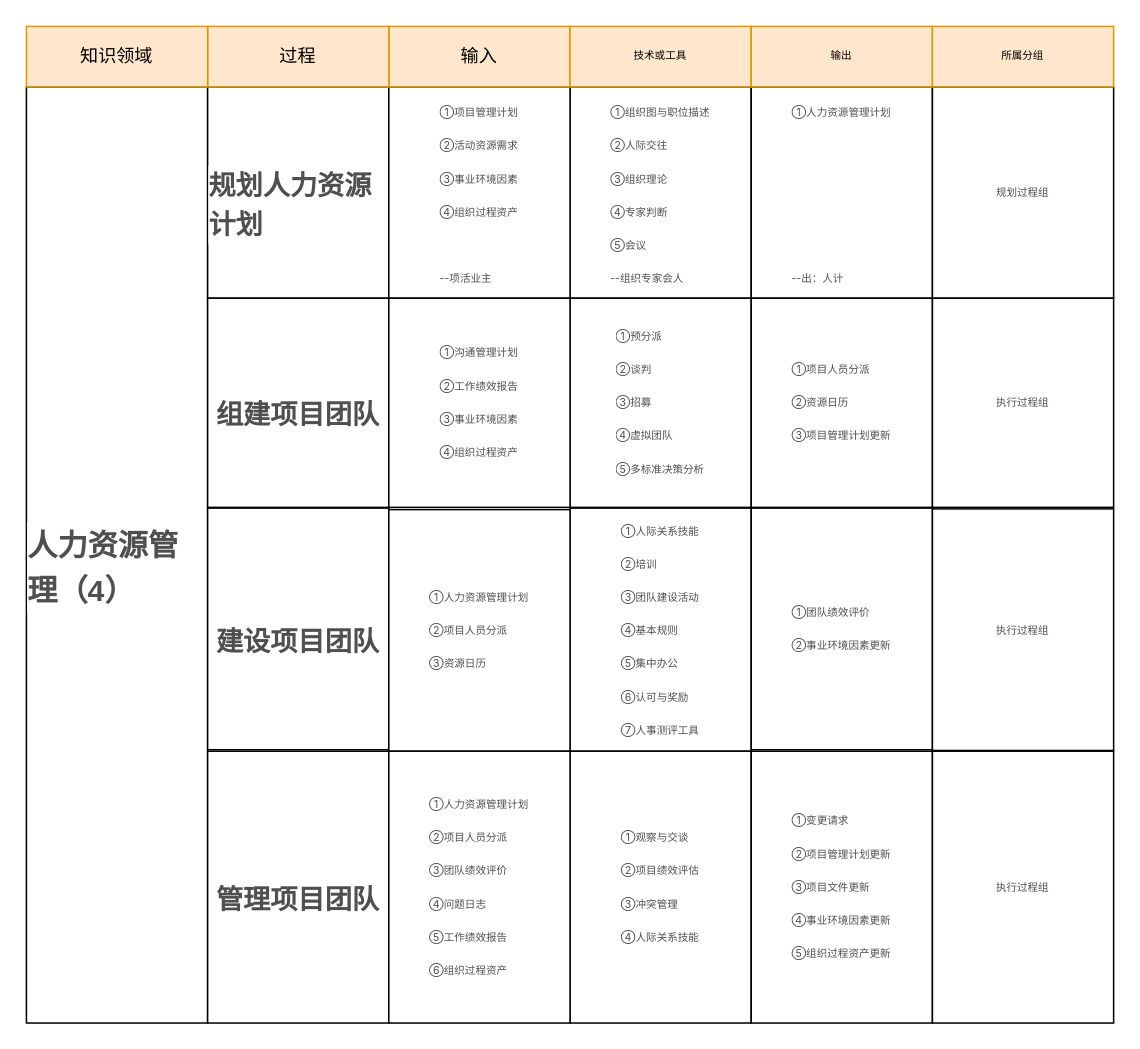
Before: 人力资源管理.drawio in pbm0802/GitIDEATest, a draw.io diagram. Source tidied: cells renumbered, new cells numbered last; positions are measured from the earlier drawing's top-left corner, leaving out a move shared by most shapes. Both pictures are drawn from the tidied source at 151%, with x=0, y=0 at pixel (26, 26).
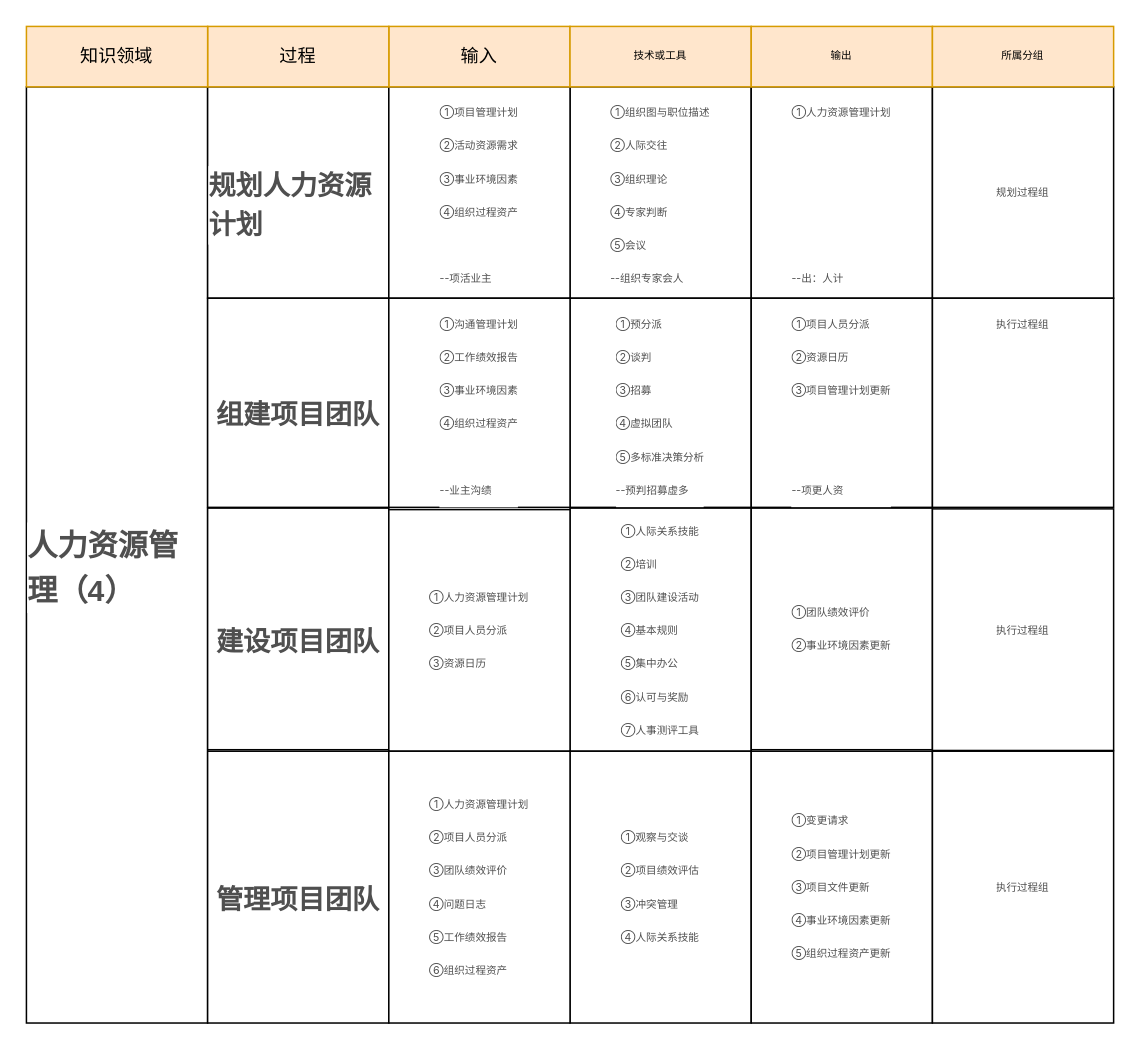
The same page after the edit.

Commit message (it also covers changes not shown here):
更新人力资源管理.drawio

What changed in the source:
```diff
@@
-    <mxCell id="10" value="&lt;p style=&quot;box-sizing: border-box; outline: 0px; margin: 0px; padding: 0px; font-size: 7px; color: rgb(79, 79, 79); overflow: auto hidden; line-height: 22px; overflow-wrap: break-word; text-align: left; font-family: -apple-system, &amp;quot;SF UI Text&amp;quot;, Arial, &amp;quot;PingFang SC&amp;quot;, &amp;quot;Hiragino Sans GB&amp;quot;, &amp;quot;Microsoft YaHei&amp;quot;, &amp;quot;WenQuanYi Micro Hei&amp;quot;, sans-serif, SimHei, SimSun; background-color: rgb(255, 255, 255);&quot;&gt;①预分派&lt;/p&gt;&lt;p style=&quot;box-sizing: border-box; outline: 0px; margin: 0px; padding: 0px; font-size: 7px; color: rgb(79, 79, 79); overflow: auto hidden; line-height: 22px; overflow-wrap: break-word; text-align: left; font-family: -apple-system, &amp;quot;SF UI Text&amp;quot;, Arial, &amp;quot;PingFang SC&amp;quot;, &amp;quot;Hiragino Sans GB&amp;quot;, &amp;quot;Microsoft YaHei&amp;quot;, &amp;quot;WenQuanYi Micro Hei&amp;quot;, sans-serif, SimHei, SimSun; background-color: rgb(255, 255, 255);&quot;&gt;②谈判&lt;/p&gt;&lt;p style=&quot;box-sizing: border-box; outline: 0px; margin: 0px; padding: 0px; font-size: 7px; color: rgb(79, 79, 79); overflow: auto hidden; line-height: 22px; overflow-wrap: break-word; text-align: left; font-family: -apple-system, &amp;quot;SF UI Text&amp;quot;, Arial, &amp;quot;PingFang SC&amp;quot;, &amp;quot;Hiragino Sans GB&amp;quot;, &amp;quot;Microsoft YaHei&amp;quot;, &amp;quot;WenQuanYi Micro Hei&amp;quot;, sans-serif, SimHei, SimSun; background-color: rgb(255, 255, 255);&quot;&gt;③招募&lt;/p&gt;&lt;p style=&quot;box-sizing: border-box; outline: 0px; margin: 0px; padding: 0px; font-size: 7px; color: rgb(79, 79, 79); overflow: auto hidden; line-height: 22px; overflow-wrap: break-word; text-align: left; font-family: -apple-system, &amp;quot;SF UI Text&amp;quot;, Arial, &amp;quot;PingFang SC&amp;quot;, &amp;quot;Hiragino Sans GB&amp;quot;, &amp;quot;Microsoft YaHei&amp;quot;, &amp;quot;WenQuanYi Micro Hei&amp;quot;, sans-serif, SimHei, SimSun; background-color: rgb(255, 255, 255);&quot;&gt;④虚拟团队&lt;/p&gt;&lt;p style=&quot;box-sizing: border-box; outline: 0px; margin: 0px; padding: 0px; font-size: 7px; color: rgb(79, 79, 79); overflow: auto hidden; line-height: 22px; overflow-wrap: break-word; text-align: left; font-family: -apple-system, &amp;quot;SF UI Text&amp;quot;, Arial, &amp;quot;PingFang SC&amp;quot;, &amp;quot;Hiragino Sans GB&amp;quot;, &amp;quot;Microsoft YaHei&amp;quot;, &amp;quot;WenQuanYi Micro Hei&amp;quot;, sans-serif, SimHei, SimSun; background-color: rgb(255, 255, 255);&quot;&gt;⑤多标准决策分析&lt;/p&gt;" style="rounded=0;whiteSpace=wrap;html=1;fontSize=7;" parent="1" vertex="1">
+    <mxCell id="10" value="&lt;p style=&quot;box-sizing: border-box; outline: 0px; margin: 0px; padding: 0px; font-size: 7px; color: rgb(79, 79, 79); overflow: auto hidden; line-height: 22px; overflow-wrap: break-word; text-align: left; font-family: -apple-system, &amp;quot;SF UI Text&amp;quot;, Arial, &amp;quot;PingFang SC&amp;quot;, &amp;quot;Hiragino Sans GB&amp;quot;, &amp;quot;Microsoft YaHei&amp;quot;, &amp;quot;WenQuanYi Micro Hei&amp;quot;, sans-serif, SimHei, SimSun; background-color: rgb(255, 255, 255);&quot;&gt;①预分派&lt;/p&gt;&lt;p style=&quot;box-sizing: border-box; outline: 0px; margin: 0px; padding: 0px; font-size: 7px; color: rgb(79, 79, 79); overflow: auto hidden; line-height: 22px; overflow-wrap: break-word; text-align: left; font-family: -apple-system, &amp;quot;SF UI Text&amp;quot;, Arial, &amp;quot;PingFang SC&amp;quot;, &amp;quot;Hiragino Sans GB&amp;quot;, &amp;quot;Microsoft YaHei&amp;quot;, &amp;quot;WenQuanYi Micro Hei&amp;quot;, sans-serif, SimHei, SimSun; background-color: rgb(255, 255, 255);&quot;&gt;②谈判&lt;/p&gt;&lt;p style=&quot;box-sizing: border-box; outline: 0px; margin: 0px; padding: 0px; font-size: 7px; color: rgb(79, 79, 79); overflow: auto hidden; line-height: 22px; overflow-wrap: break-word; text-align: left; font-family: -apple-system, &amp;quot;SF UI Text&amp;quot;, Arial, &amp;quot;PingFang SC&amp;quot;, &amp;quot;Hiragino Sans GB&amp;quot;, &amp;quot;Microsoft YaHei&amp;quot;, &amp;quot;WenQuanYi Micro Hei&amp;quot;, sans-serif, SimHei, SimSun; background-color: rgb(255, 255, 255);&quot;&gt;③招募&lt;/p&gt;&lt;p style=&quot;box-sizing: border-box; outline: 0px; margin: 0px; padding: 0px; font-size: 7px; color: rgb(79, 79, 79); overflow: auto hidden; line-height: 22px; overflow-wrap: break-word; text-align: left; font-family: -apple-system, &amp;quot;SF UI Text&amp;quot;, Arial, &amp;quot;PingFang SC&amp;quot;, &amp;quot;Hiragino Sans GB&amp;quot;, &amp;quot;Microsoft YaHei&amp;quot;, &amp;quot;WenQuanYi Micro Hei&amp;quot;, sans-serif, SimHei, SimSun; background-color: rgb(255, 255, 255);&quot;&gt;④虚拟团队&lt;/p&gt;&lt;p style=&quot;box-sizing: border-box; outline: 0px; margin: 0px; padding: 0px; font-size: 7px; color: rgb(79, 79, 79); overflow: auto hidden; line-height: 22px; overflow-wrap: break-word; text-align: left; font-family: -apple-system, &amp;quot;SF UI Text&amp;quot;, Arial, &amp;quot;PingFang SC&amp;quot;, &amp;quot;Hiragino Sans GB&amp;quot;, &amp;quot;Microsoft YaHei&amp;quot;, &amp;quot;WenQuanYi Micro Hei&amp;quot;, sans-serif, SimHei, SimSun; background-color: rgb(255, 255, 255);&quot;&gt;⑤多标准决策分析&lt;/p&gt;&lt;p style=&quot;box-sizing: border-box; outline: 0px; margin: 0px; padding: 0px; font-size: 7px; color: rgb(79, 79, 79); overflow: auto hidden; line-height: 22px; overflow-wrap: break-word; text-align: left; font-family: -apple-system, &amp;quot;SF UI Text&amp;quot;, Arial, &amp;quot;PingFang SC&amp;quot;, &amp;quot;Hiragino Sans GB&amp;quot;, &amp;quot;Microsoft YaHei&amp;quot;, &amp;quot;WenQuanYi Micro Hei&amp;quot;, sans-serif, SimHei, SimSun; background-color: rgb(255, 255, 255);&quot;&gt;--预判招募虚多&lt;/p&gt;" style="rounded=0;whiteSpace=wrap;html=1;fontSize=7;verticalAlign=top;" parent="1" vertex="1">
       <mxGeometry x="360" y="180" width="120" height="138.5" as="geometry" />
     </mxCell>
-    <mxCell id="11" value="&lt;p style=&quot;box-sizing: border-box; outline: 0px; margin: 0px; padding: 0px; font-size: 7px; color: rgb(79, 79, 79); overflow: auto hidden; line-height: 22px; overflow-wrap: break-word; text-align: left; font-family: -apple-system, &amp;quot;SF UI Text&amp;quot;, Arial, &amp;quot;PingFang SC&amp;quot;, &amp;quot;Hiragino Sans GB&amp;quot;, &amp;quot;Microsoft YaHei&amp;quot;, &amp;quot;WenQuanYi Micro Hei&amp;quot;, sans-serif, SimHei, SimSun; background-color: rgb(255, 255, 255);&quot;&gt;①项目人员分派&lt;/p&gt;&lt;p style=&quot;box-sizing: border-box; outline: 0px; margin: 0px; padding: 0px; font-size: 7px; color: rgb(79, 79, 79); overflow: auto hidden; line-height: 22px; overflow-wrap: break-word; text-align: left; font-family: -apple-system, &amp;quot;SF UI Text&amp;quot;, Arial, &amp;quot;PingFang SC&amp;quot;, &amp;quot;Hiragino Sans GB&amp;quot;, &amp;quot;Microsoft YaHei&amp;quot;, &amp;quot;WenQuanYi Micro Hei&amp;quot;, sans-serif, SimHei, SimSun; background-color: rgb(255, 255, 255);&quot;&gt;②资源日历&lt;/p&gt;&lt;p style=&quot;box-sizing: border-box; outline: 0px; margin: 0px; padding: 0px; font-size: 7px; color: rgb(79, 79, 79); overflow: auto hidden; line-height: 22px; overflow-wrap: break-word; text-align: left; font-family: -apple-system, &amp;quot;SF UI Text&amp;quot;, Arial, &amp;quot;PingFang SC&amp;quot;, &amp;quot;Hiragino Sans GB&amp;quot;, &amp;quot;Microsoft YaHei&amp;quot;, &amp;quot;WenQuanYi Micro Hei&amp;quot;, sans-serif, SimHei, SimSun; background-color: rgb(255, 255, 255);&quot;&gt;③项目管理计划更新&lt;/p&gt;" style="rounded=0;whiteSpace=wrap;html=1;fontSize=7;" parent="1" vertex="1">
+    <mxCell id="11" value="&lt;p style=&quot;box-sizing: border-box; outline: 0px; margin: 0px; padding: 0px; font-size: 7px; color: rgb(79, 79, 79); overflow: auto hidden; line-height: 22px; overflow-wrap: break-word; text-align: left; font-family: -apple-system, &amp;quot;SF UI Text&amp;quot;, Arial, &amp;quot;PingFang SC&amp;quot;, &amp;quot;Hiragino Sans GB&amp;quot;, &amp;quot;Microsoft YaHei&amp;quot;, &amp;quot;WenQuanYi Micro Hei&amp;quot;, sans-serif, SimHei, SimSun; background-color: rgb(255, 255, 255);&quot;&gt;①项目人员分派&lt;/p&gt;&lt;p style=&quot;box-sizing: border-box; outline: 0px; margin: 0px; padding: 0px; font-size: 7px; color: rgb(79, 79, 79); overflow: auto hidden; line-height: 22px; overflow-wrap: break-word; text-align: left; font-family: -apple-system, &amp;quot;SF UI Text&amp;quot;, Arial, &amp;quot;PingFang SC&amp;quot;, &amp;quot;Hiragino Sans GB&amp;quot;, &amp;quot;Microsoft YaHei&amp;quot;, &amp;quot;WenQuanYi Micro Hei&amp;quot;, sans-serif, SimHei, SimSun; background-color: rgb(255, 255, 255);&quot;&gt;②资源日历&lt;/p&gt;&lt;p style=&quot;box-sizing: border-box; outline: 0px; margin: 0px; padding: 0px; font-size: 7px; color: rgb(79, 79, 79); overflow: auto hidden; line-height: 22px; overflow-wrap: break-word; text-align: left; font-family: -apple-system, &amp;quot;SF UI Text&amp;quot;, Arial, &amp;quot;PingFang SC&amp;quot;, &amp;quot;Hiragino Sans GB&amp;quot;, &amp;quot;Microsoft YaHei&amp;quot;, &amp;quot;WenQuanYi Micro Hei&amp;quot;, sans-serif, SimHei, SimSun; background-color: rgb(255, 255, 255);&quot;&gt;③项目管理计划更新&lt;/p&gt;&lt;p style=&quot;box-sizing: border-box; outline: 0px; margin: 0px; padding: 0px; font-size: 7px; color: rgb(79, 79, 79); overflow: auto hidden; line-height: 22px; overflow-wrap: break-word; text-align: left; font-family: -apple-system, &amp;quot;SF UI Text&amp;quot;, Arial, &amp;quot;PingFang SC&amp;quot;, &amp;quot;Hiragino Sans GB&amp;quot;, &amp;quot;Microsoft YaHei&amp;quot;, &amp;quot;WenQuanYi Micro Hei&amp;quot;, sans-serif, SimHei, SimSun; background-color: rgb(255, 255, 255);&quot;&gt;&lt;br&gt;&lt;/p&gt;&lt;p style=&quot;box-sizing: border-box; outline: 0px; margin: 0px; padding: 0px; font-size: 7px; color: rgb(79, 79, 79); overflow: auto hidden; line-height: 22px; overflow-wrap: break-word; text-align: left; font-family: -apple-system, &amp;quot;SF UI Text&amp;quot;, Arial, &amp;quot;PingFang SC&amp;quot;, &amp;quot;Hiragino Sans GB&amp;quot;, &amp;quot;Microsoft YaHei&amp;quot;, &amp;quot;WenQuanYi Micro Hei&amp;quot;, sans-serif, SimHei, SimSun; background-color: rgb(255, 255, 255);&quot;&gt;&lt;br&gt;&lt;/p&gt;&lt;p style=&quot;box-sizing: border-box; outline: 0px; margin: 0px; padding: 0px; font-size: 7px; color: rgb(79, 79, 79); overflow: auto hidden; line-height: 22px; overflow-wrap: break-word; text-align: left; font-family: -apple-system, &amp;quot;SF UI Text&amp;quot;, Arial, &amp;quot;PingFang SC&amp;quot;, &amp;quot;Hiragino Sans GB&amp;quot;, &amp;quot;Microsoft YaHei&amp;quot;, &amp;quot;WenQuanYi Micro Hei&amp;quot;, sans-serif, SimHei, SimSun; background-color: rgb(255, 255, 255);&quot;&gt;--项更人资&lt;/p&gt;" style="rounded=0;whiteSpace=wrap;html=1;fontSize=7;verticalAlign=top;" parent="1" vertex="1">
       <mxGeometry x="480" y="180" width="120" height="138.5" as="geometry" />
     </mxCell>
-    <mxCell id="12" value="&lt;p style=&quot;box-sizing: border-box; outline: 0px; margin: 0px; padding: 0px; font-size: 7px; color: rgb(79, 79, 79); overflow: auto hidden; line-height: 22px; overflow-wrap: break-word; text-align: left; font-family: -apple-system, &amp;quot;SF UI Text&amp;quot;, Arial, &amp;quot;PingFang SC&amp;quot;, &amp;quot;Hiragino Sans GB&amp;quot;, &amp;quot;Microsoft YaHei&amp;quot;, &amp;quot;WenQuanYi Micro Hei&amp;quot;, sans-serif, SimHei, SimSun; background-color: rgb(255, 255, 255);&quot;&gt;执行过程组&lt;/p&gt;" style="rounded=0;whiteSpace=wrap;html=1;fontSize=7;" parent="1" vertex="1">
+    <mxCell id="12" value="&lt;p style=&quot;box-sizing: border-box; outline: 0px; margin: 0px; padding: 0px; font-size: 7px; color: rgb(79, 79, 79); overflow: auto hidden; line-height: 22px; overflow-wrap: break-word; text-align: left; font-family: -apple-system, &amp;quot;SF UI Text&amp;quot;, Arial, &amp;quot;PingFang SC&amp;quot;, &amp;quot;Hiragino Sans GB&amp;quot;, &amp;quot;Microsoft YaHei&amp;quot;, &amp;quot;WenQuanYi Micro Hei&amp;quot;, sans-serif, SimHei, SimSun; background-color: rgb(255, 255, 255);&quot;&gt;执行过程组&lt;/p&gt;" style="rounded=0;whiteSpace=wrap;html=1;fontSize=7;verticalAlign=top;" parent="1" vertex="1">
       <mxGeometry x="600" y="180" width="120" height="138.5" as="geometry" />
     </mxCell>
-    <mxCell id="13" value="&lt;p style=&quot;box-sizing: border-box; outline: 0px; margin: 0px; padding: 0px; font-size: 7px; color: rgb(79, 79, 79); overflow: auto hidden; line-height: 22px; overflow-wrap: break-word; text-align: left; font-family: -apple-system, &amp;quot;SF UI Text&amp;quot;, Arial, &amp;quot;PingFang SC&amp;quot;, &amp;quot;Hiragino Sans GB&amp;quot;, &amp;quot;Microsoft YaHei&amp;quot;, &amp;quot;WenQuanYi Micro Hei&amp;quot;, sans-serif, SimHei, SimSun; background-color: rgb(255, 255, 255);&quot;&gt;①沟通管理计划&lt;/p&gt;&lt;p style=&quot;box-sizing: border-box; outline: 0px; margin: 0px; padding: 0px; font-size: 7px; color: rgb(79, 79, 79); overflow: auto hidden; line-height: 22px; overflow-wrap: break-word; text-align: left; font-family: -apple-system, &amp;quot;SF UI Text&amp;quot;, Arial, &amp;quot;PingFang SC&amp;quot;, &amp;quot;Hiragino Sans GB&amp;quot;, &amp;quot;Microsoft YaHei&amp;quot;, &amp;quot;WenQuanYi Micro Hei&amp;quot;, sans-serif, SimHei, SimSun; background-color: rgb(255, 255, 255);&quot;&gt;②工作绩效报告&lt;/p&gt;&lt;p style=&quot;box-sizing: border-box; outline: 0px; margin: 0px; padding: 0px; font-size: 7px; color: rgb(79, 79, 79); overflow: auto hidden; line-height: 22px; overflow-wrap: break-word; text-align: left; font-family: -apple-system, &amp;quot;SF UI Text&amp;quot;, Arial, &amp;quot;PingFang SC&amp;quot;, &amp;quot;Hiragino Sans GB&amp;quot;, &amp;quot;Microsoft YaHei&amp;quot;, &amp;quot;WenQuanYi Micro Hei&amp;quot;, sans-serif, SimHei, SimSun; background-color: rgb(255, 255, 255);&quot;&gt;③事业环境因素&lt;/p&gt;&lt;p style=&quot;box-sizing: border-box; outline: 0px; margin: 0px; padding: 0px; font-size: 7px; color: rgb(79, 79, 79); overflow: auto hidden; line-height: 22px; overflow-wrap: break-word; text-align: left; font-family: -apple-system, &amp;quot;SF UI Text&amp;quot;, Arial, &amp;quot;PingFang SC&amp;quot;, &amp;quot;Hiragino Sans GB&amp;quot;, &amp;quot;Microsoft YaHei&amp;quot;, &amp;quot;WenQuanYi Micro Hei&amp;quot;, sans-serif, SimHei, SimSun; background-color: rgb(255, 255, 255);&quot;&gt;④组织过程资产&lt;/p&gt;" style="rounded=0;whiteSpace=wrap;html=1;fontSize=7;" parent="1" vertex="1">
+    <mxCell id="13" value="&lt;p style=&quot;box-sizing: border-box; outline: 0px; margin: 0px; padding: 0px; font-size: 7px; color: rgb(79, 79, 79); overflow: auto hidden; line-height: 22px; overflow-wrap: break-word; text-align: left; font-family: -apple-system, &amp;quot;SF UI Text&amp;quot;, Arial, &amp;quot;PingFang SC&amp;quot;, &amp;quot;Hiragino Sans GB&amp;quot;, &amp;quot;Microsoft YaHei&amp;quot;, &amp;quot;WenQuanYi Micro Hei&amp;quot;, sans-serif, SimHei, SimSun; background-color: rgb(255, 255, 255);&quot;&gt;①沟通管理计划&lt;/p&gt;&lt;p style=&quot;box-sizing: border-box; outline: 0px; margin: 0px; padding: 0px; font-size: 7px; color: rgb(79, 79, 79); overflow: auto hidden; line-height: 22px; overflow-wrap: break-word; text-align: left; font-family: -apple-system, &amp;quot;SF UI Text&amp;quot;, Arial, &amp;quot;PingFang SC&amp;quot;, &amp;quot;Hiragino Sans GB&amp;quot;, &amp;quot;Microsoft YaHei&amp;quot;, &amp;quot;WenQuanYi Micro Hei&amp;quot;, sans-serif, SimHei, SimSun; background-color: rgb(255, 255, 255);&quot;&gt;②工作绩效报告&lt;/p&gt;&lt;p style=&quot;box-sizing: border-box; outline: 0px; margin: 0px; padding: 0px; font-size: 7px; color: rgb(79, 79, 79); overflow: auto hidden; line-height: 22px; overflow-wrap: break-word; text-align: left; font-family: -apple-system, &amp;quot;SF UI Text&amp;quot;, Arial, &amp;quot;PingFang SC&amp;quot;, &amp;quot;Hiragino Sans GB&amp;quot;, &amp;quot;Microsoft YaHei&amp;quot;, &amp;quot;WenQuanYi Micro Hei&amp;quot;, sans-serif, SimHei, SimSun; background-color: rgb(255, 255, 255);&quot;&gt;③事业环境因素&lt;/p&gt;&lt;p style=&quot;box-sizing: border-box; outline: 0px; margin: 0px; padding: 0px; font-size: 7px; color: rgb(79, 79, 79); overflow: auto hidden; line-height: 22px; overflow-wrap: break-word; text-align: left; font-family: -apple-system, &amp;quot;SF UI Text&amp;quot;, Arial, &amp;quot;PingFang SC&amp;quot;, &amp;quot;Hiragino Sans GB&amp;quot;, &amp;quot;Microsoft YaHei&amp;quot;, &amp;quot;WenQuanYi Micro Hei&amp;quot;, sans-serif, SimHei, SimSun; background-color: rgb(255, 255, 255);&quot;&gt;④组织过程资产&lt;/p&gt;&lt;p style=&quot;box-sizing: border-box; outline: 0px; margin: 0px; padding: 0px; font-size: 7px; color: rgb(79, 79, 79); overflow: auto hidden; line-height: 22px; overflow-wrap: break-word; text-align: left; font-family: -apple-system, &amp;quot;SF UI Text&amp;quot;, Arial, &amp;quot;PingFang SC&amp;quot;, &amp;quot;Hiragino Sans GB&amp;quot;, &amp;quot;Microsoft YaHei&amp;quot;, &amp;quot;WenQuanYi Micro Hei&amp;quot;, sans-serif, SimHei, SimSun; background-color: rgb(255, 255, 255);&quot;&gt;&lt;br&gt;&lt;/p&gt;&lt;p style=&quot;box-sizing: border-box; outline: 0px; margin: 0px; padding: 0px; font-size: 7px; color: rgb(79, 79, 79); overflow: auto hidden; line-height: 22px; overflow-wrap: break-word; text-align: left; font-family: -apple-system, &amp;quot;SF UI Text&amp;quot;, Arial, &amp;quot;PingFang SC&amp;quot;, &amp;quot;Hiragino Sans GB&amp;quot;, &amp;quot;Microsoft YaHei&amp;quot;, &amp;quot;WenQuanYi Micro Hei&amp;quot;, sans-serif, SimHei, SimSun; background-color: rgb(255, 255, 255);&quot;&gt;--业主沟绩&lt;/p&gt;" style="rounded=0;whiteSpace=wrap;html=1;fontSize=7;verticalAlign=top;" parent="1" vertex="1">
       <mxGeometry x="240" y="180" width="120" height="138.5" as="geometry" />
     </mxCell>
```
